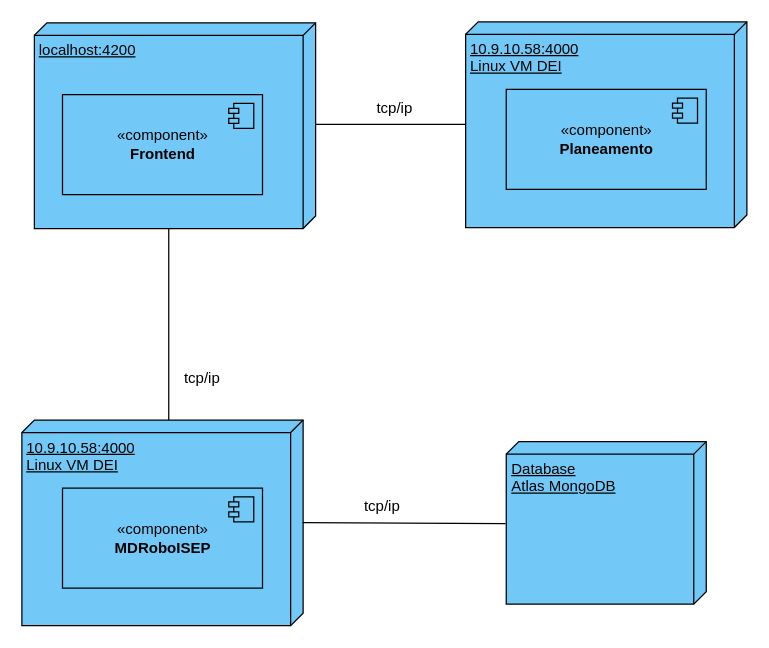
SEM5PI2324G58/sem5pi_g58_23_24 keeps this draw.io diagram as docs/Sprint_B/N2/VF.drawio. Above is the earlier version. Source tidied: cells renumbered, new cells numbered last; positions are measured from the earlier drawing's top-left corner, leaving out a move shared by most shapes. Both pictures are drawn from the tidied source at 125%, with x=0, y=0 at pixel (21, 21).
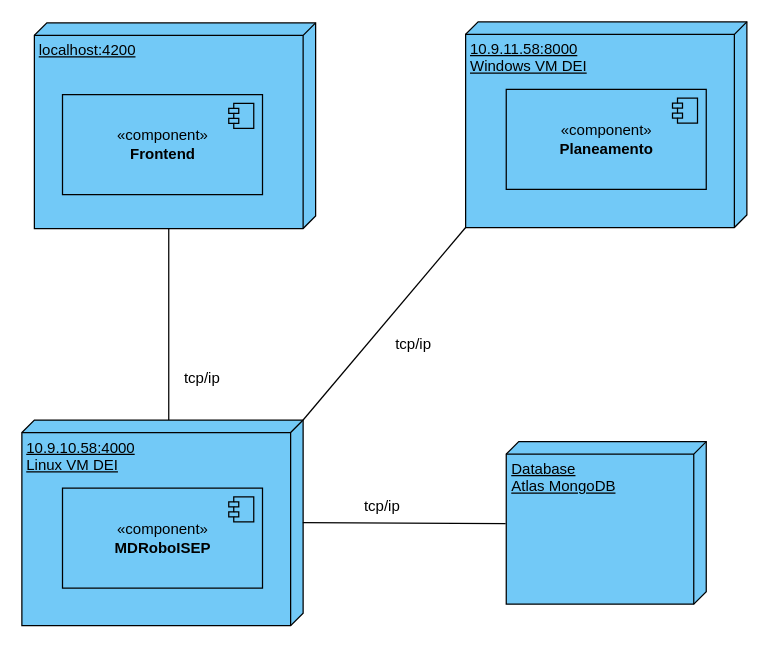
The same page after the edit.

The change refers to these unchanged cells:
```xml
<mxCell id="4" value="10.9.10.58:4000&lt;br&gt;Linux VM DEI" style="verticalAlign=top;align=left;spacingTop=8;spacingLeft=2;spacingRight=12;shape=cube;size=10;direction=south;fontStyle=4;html=1;whiteSpace=wrap;fillColor=#72C9F7;" parent="1" vertex="1">
  <mxGeometry y="318.5" width="225" height="164.5" as="geometry" />
</mxCell>
```

The edit, as a diff of the source:
```diff
@@
     <mxCell id="10" value="tcp/ip" style="text;html=1;align=center;verticalAlign=middle;strokeColor=none;fillColor=none;" parent="1" vertex="1">
-      <mxGeometry x="273" y="54" width="50" height="30" as="geometry" />
+      <mxGeometry x="288" y="243" width="50" height="30" as="geometry" />
     </mxCell>
-    <mxCell id="11" style="endArrow=none;html=1;rounded=0;exitX=0;exitY=0;exitDx=82.25;exitDy=0;exitPerimeter=0;entryX=0;entryY=0;entryDx=125;entryDy=290;entryPerimeter=0;" parent="1" edge="1">
-      <mxGeometry relative="1" as="geometry">
-        <mxPoint x="235" y="82" as="sourcePoint" />
-        <mxPoint x="355" y="82" as="targetPoint" />
-      </mxGeometry>
+    <mxCell id="11" style="endArrow=none;html=1;rounded=0;exitX=0;exitY=0;exitDx=0;exitDy=0;exitPerimeter=0;entryX=1;entryY=1;entryDx=0;entryDy=0;entryPerimeter=0;" parent="1" edge="1" source="4" target="12">
+      <mxGeometry relative="1" as="geometry" />
     </mxCell>
-    <mxCell id="12" value="10.9.10.58:4000&lt;br&gt;Linux VM DEI" style="verticalAlign=top;align=left;spacingTop=8;spacingLeft=2;spacingRight=12;shape=cube;size=10;direction=south;fontStyle=4;html=1;whiteSpace=wrap;fillColor=#72C9F7;" parent="1" vertex="1">
+    <mxCell id="12" value="10.9.11.58:8000&lt;br&gt;Windows VM DEI" style="verticalAlign=top;align=left;spacingTop=8;spacingLeft=2;spacingRight=12;shape=cube;size=10;direction=south;fontStyle=4;html=1;whiteSpace=wrap;fillColor=#72C9F7;" parent="1" vertex="1">
       <mxGeometry x="355" width="225" height="164.5" as="geometry" />
     </mxCell>
```
